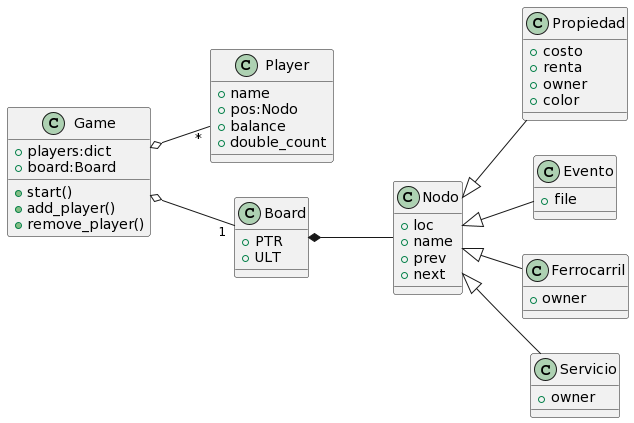
Before: img/Class_Diagram.png, a diagram exported from PlantUML (davidmosquera03/EDD_Lab03).
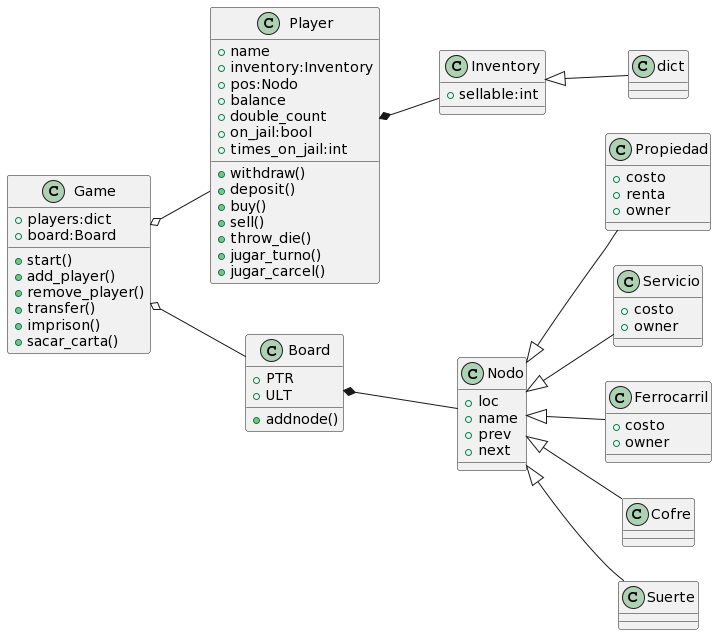
Later version of the same file.

Diff of the diagram source:
```diff
@@ -1,11 +1,26 @@
 @startuml
 left to right direction
+class Inventory{
++sellable:int
+}
 
 class Player{
 +name
++inventory:Inventory
 +pos:Nodo
 +balance
 +double_count
++on_jail:bool
++times_on_jail:int
++withdraw()
++deposit()
++buy()
++sell()
++throw_die()
++jugar_turno()
++jugar_carcel()
+}
+class dict{
 }
 class Game{
 +players:dict
@@ -13,11 +28,17 @@
 +start()
 +add_player()
 +remove_player()
++transfer()
++imprison()
++sacar_carta()
 }
+
 class Board{
 +PTR
 +ULT
++addnode()
 }
+
 class Nodo{
 +loc
 +name
@@ -28,24 +49,23 @@
 +costo
 +renta
 +owner
-+color
 }
-class Evento{
-+ file
+class Servicio{
++costo
++owner
 }
 class Ferrocarril{
-+ owner
++costo
++owner
 }
-class Servicio{
-+ owner
-}
-Game o-- "1" Board
-Game o-- "*" Player
-
+Player*--Inventory
+Game o--Player
+Game o-- Board
 Board *-- Nodo
-
-Nodo<|-- Evento
-Nodo<|-- Propiedad
-Nodo<|-- Servicio
-Nodo<|-- Ferrocarril
+Inventory <|-- dict
+Nodo <|-- Propiedad
+Nodo <|-- Ferrocarril
+Nodo <|-- Servicio
+Nodo <|-- Cofre
+Nodo <|-- Suerte
 @enduml
```
